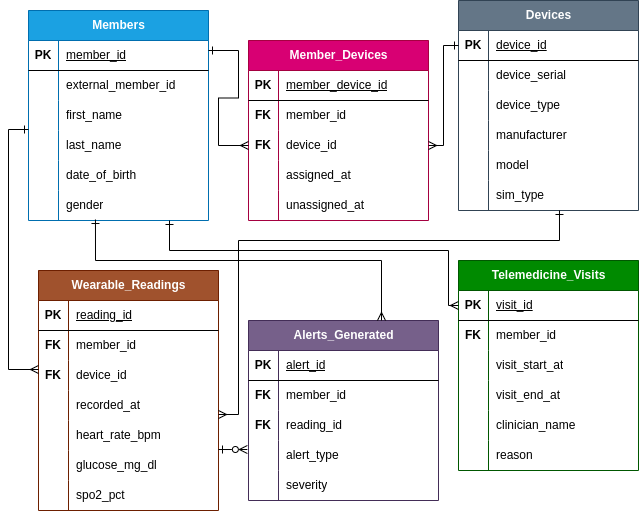
This is docs/er_diagram.png from ramon-gonzalez-data/wearable-health-analytics-risk-prediction, a draw.io export, as it was before one commit. Source tidied: cells renumbered, new cells last; positions are measured from the earlier drawing's top-left corner, leaving out a move shared by most shapes.
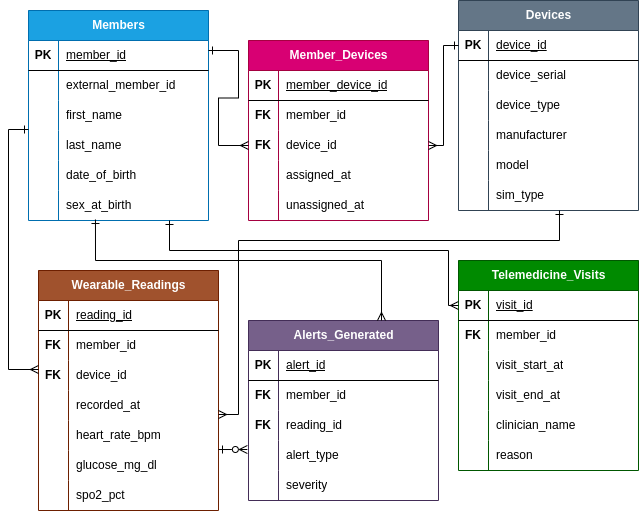
After the change.

Commit message:
docs(er): rename gender to sex_at_birth

What changed in the source:
```diff
@@ -332,7 +332,7 @@
     <mxCell id="111" value="&lt;div&gt;&lt;br/&gt;&lt;/div&gt;" style="shape=partialRectangle;fillColor=none;top=0;left=0;bottom=0;right=0;overflow=hidden;whiteSpace=wrap;html=1;" parent="110" vertex="1">
       <mxGeometry width="30" height="30" as="geometry" />
     </mxCell>
-    <mxCell id="112" value="gender" style="shape=partialRectangle;fillColor=none;top=0;left=0;bottom=0;right=0;align=left;spacingLeft=6;overflow=hidden;whiteSpace=wrap;html=1;" parent="110" vertex="1">
+    <mxCell id="112" value="sex_at_birth" style="shape=partialRectangle;fillColor=none;top=0;left=0;bottom=0;right=0;align=left;spacingLeft=6;overflow=hidden;whiteSpace=wrap;html=1;" parent="110" vertex="1">
       <mxGeometry x="30" width="150" height="30" as="geometry" />
     </mxCell>
     <mxCell id="113" style="edgeStyle=orthogonalEdgeStyle;fontSize=12;html=1;endArrow=ERmany;rounded=0;startArrow=ERone;startFill=0;entryX=1;entryY=0.5;entryDx=0;entryDy=0;exitX=0;exitY=0.5;exitDx=0;exitDy=0;endFill=0;" parent="1" edge="1" source="19" target="9">
```
